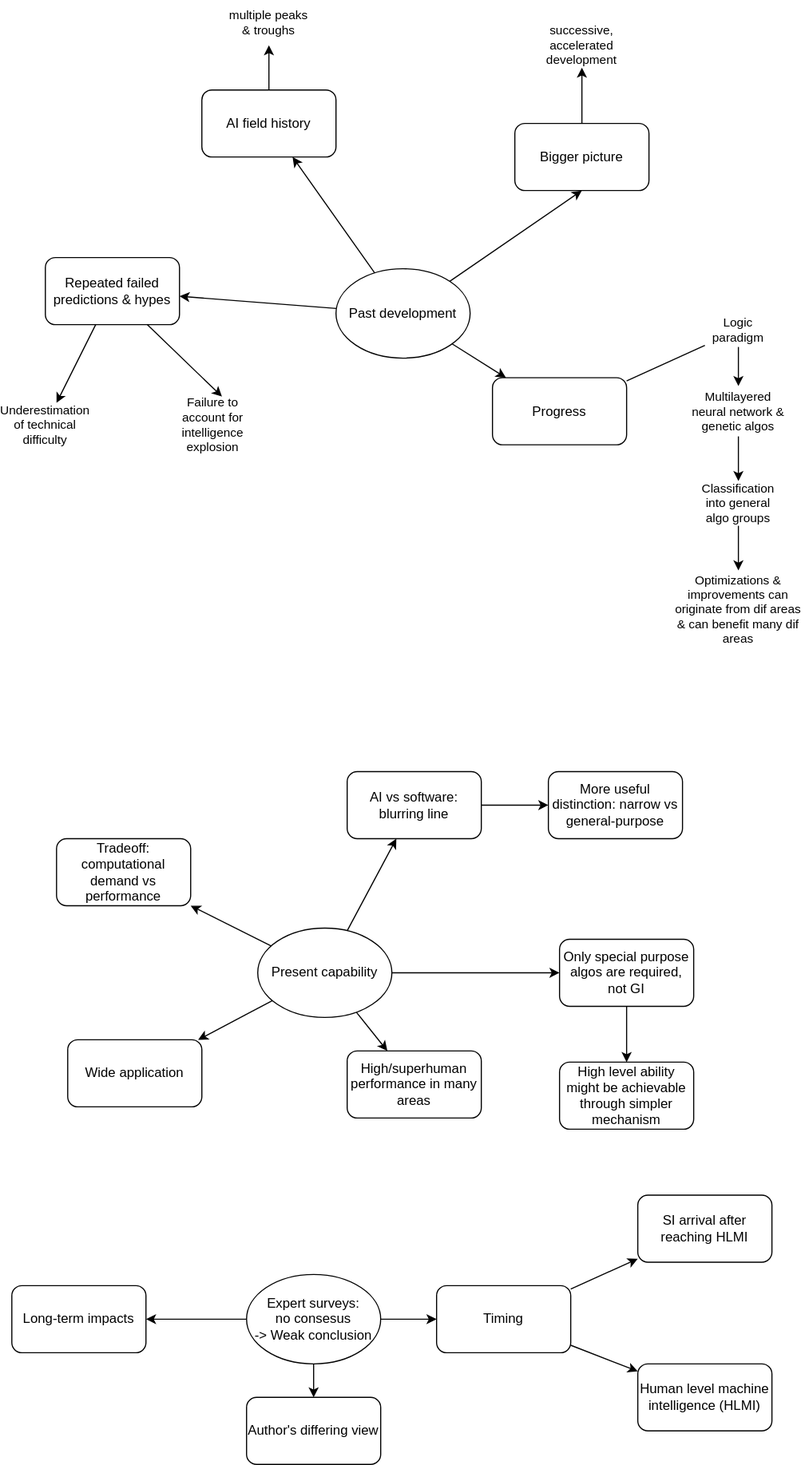
hungcq/knowledge-repo keeps this draw.io diagram as philosophy/superintelligence/resources/1.drawio.svg. Above is the earlier version. Source tidied: cells renumbered, new cells last; positions are measured from the earlier drawing's top-left corner, leaving out a move shared by most shapes.
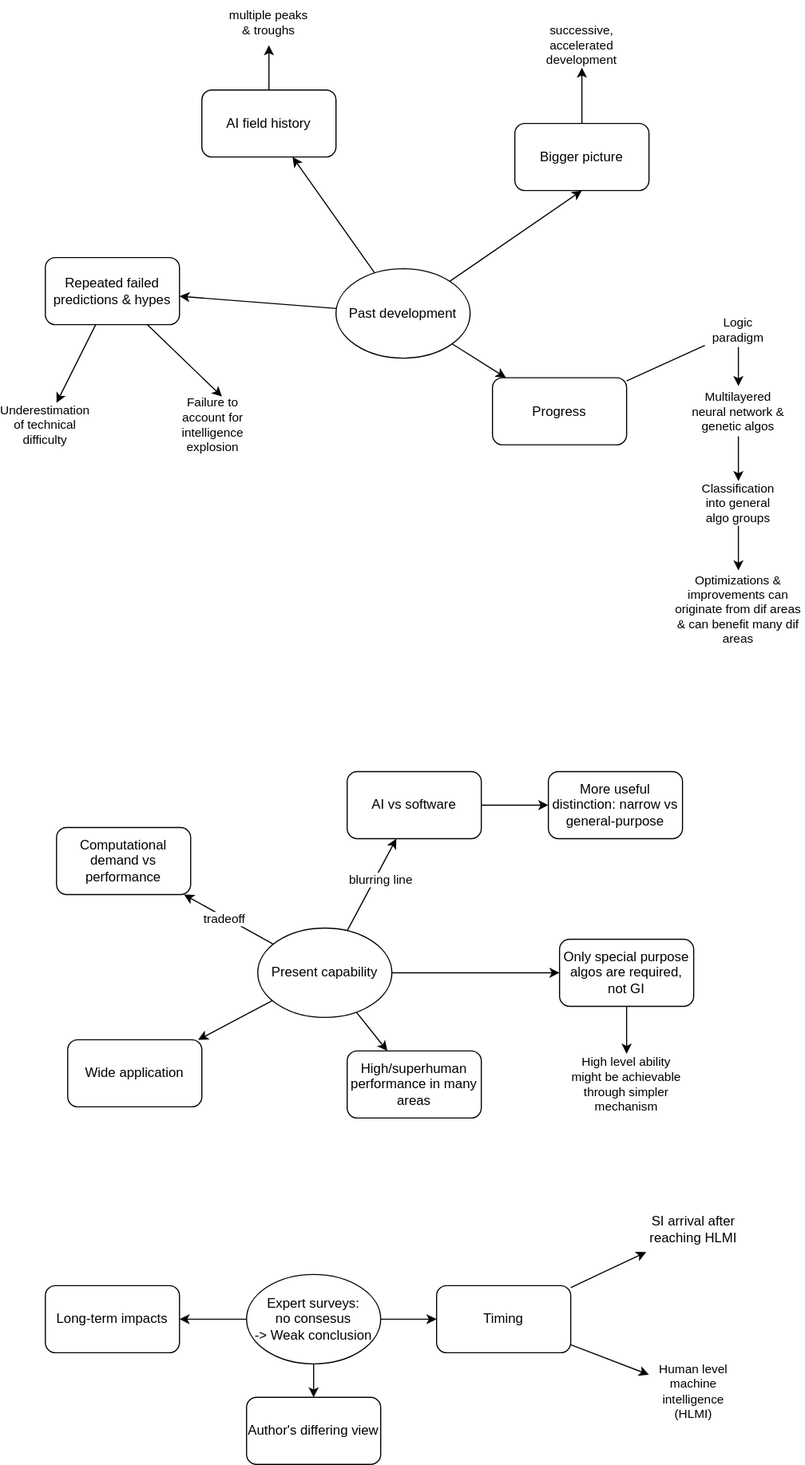
The same diagram one commit later.

Change to the diagram source:
```diff
@@ -44,18 +44,24 @@
     <mxCell id="15" style="edgeStyle=orthogonalEdgeStyle;rounded=0;jettySize=auto;html=1;" parent="1" edge="1" source="16" target="24">
       <mxGeometry relative="1" as="geometry" />
     </mxCell>
-    <mxCell id="16" value="AI vs software: blurring line" style="rounded=1;whiteSpace=wrap;html=1;" parent="1" vertex="1">
+    <mxCell id="16" value="AI vs software" style="rounded=1;whiteSpace=wrap;html=1;" parent="1" vertex="1">
       <mxGeometry x="310" y="690" width="120" height="60" as="geometry" />
     </mxCell>
-    <mxCell id="17" value="Tradeoff: computational demand vs performance" style="rounded=1;whiteSpace=wrap;html=1;" parent="1" vertex="1">
-      <mxGeometry x="50" y="750" width="120" height="60" as="geometry" />
+    <mxCell id="17" value="Computational demand vs performance" style="rounded=1;whiteSpace=wrap;html=1;" parent="1" vertex="1">
+      <mxGeometry x="50" y="740" width="120" height="60" as="geometry" />
     </mxCell>
     <mxCell id="18" style="rounded=0;jettySize=auto;html=1;" parent="1" edge="1" source="23" target="17">
       <mxGeometry relative="1" as="geometry" />
     </mxCell>
+    <mxCell id="53" value="tradeoff" style="edgeLabel;html=1;align=center;verticalAlign=middle;fontSize=11;fontFamily=Helvetica;fontColor=default;" parent="18" vertex="1">
+      <mxGeometry x="0.09" y="2" relative="1" as="geometry" />
+    </mxCell>
     <mxCell id="19" style="rounded=0;jettySize=auto;html=1;" parent="1" edge="1" source="23" target="16">
       <mxGeometry relative="1" as="geometry" />
     </mxCell>
+    <mxCell id="54" value="blurring line" style="edgeLabel;html=1;align=center;verticalAlign=middle;fontSize=11;fontFamily=Helvetica;fontColor=default;" parent="19" vertex="1">
+      <mxGeometry x="0.15" y="-4" relative="1" as="geometry" />
+    </mxCell>
     <mxCell id="20" style="edgeStyle=orthogonalEdgeStyle;rounded=0;jettySize=auto;html=1;" parent="1" edge="1" source="23" target="28">
       <mxGeometry relative="1" as="geometry" />
     </mxCell>
@@ -77,15 +83,12 @@
     <mxCell id="26" value="Wide application" style="rounded=1;whiteSpace=wrap;html=1;" parent="1" vertex="1">
       <mxGeometry x="60" y="930" width="120" height="60" as="geometry" />
     </mxCell>
-    <mxCell id="27" style="edgeStyle=orthogonalEdgeStyle;rounded=0;jettySize=auto;html=1;" parent="1" edge="1" source="28" target="29">
+    <mxCell id="27" style="edgeStyle=none;shape=connector;rounded=0;jettySize=auto;html=1;labelBackgroundColor=default;strokeColor=default;align=center;verticalAlign=middle;fontFamily=Helvetica;fontSize=11;fontColor=default;endArrow=classic;" parent="1" edge="1" source="28" target="29">
       <mxGeometry relative="1" as="geometry" />
     </mxCell>
     <mxCell id="28" value="Only special purpose algos are required, not GI" style="rounded=1;whiteSpace=wrap;html=1;" parent="1" vertex="1">
       <mxGeometry x="500" y="840" width="120" height="60" as="geometry" />
     </mxCell>
-    <mxCell id="29" value="High level ability might be achievable through simpler mechanism" style="rounded=1;whiteSpace=wrap;html=1;" parent="1" vertex="1">
-      <mxGeometry x="500" y="950" width="120" height="60" as="geometry" />
-    </mxCell>
     <mxCell id="30" style="rounded=0;jettySize=auto;html=1;" parent="1" edge="1" source="33" target="35">
       <mxGeometry relative="1" as="geometry" />
     </mxCell>
@@ -98,27 +101,21 @@
     <mxCell id="33" value="Expert surveys:&lt;br&gt;no consesus&lt;br style=&quot;border-color: var(--border-color);&quot;&gt;-&amp;gt; Weak conclusion" style="ellipse;whiteSpace=wrap;html=1;" parent="1" vertex="1">
       <mxGeometry x="220" y="1140" width="120" height="80" as="geometry" />
     </mxCell>
-    <mxCell id="34" value="Human level machine intelligence (HLMI)" style="rounded=1;whiteSpace=wrap;html=1;" parent="1" vertex="1">
-      <mxGeometry x="570" y="1220" width="120" height="60" as="geometry" />
-    </mxCell>
     <mxCell id="35" value="Author's differing view" style="rounded=1;whiteSpace=wrap;html=1;" parent="1" vertex="1">
       <mxGeometry x="220" y="1250" width="120" height="60" as="geometry" />
     </mxCell>
     <mxCell id="36" value="Long-term impacts" style="rounded=1;whiteSpace=wrap;html=1;" parent="1" vertex="1">
-      <mxGeometry x="10" y="1150" width="120" height="60" as="geometry" />
+      <mxGeometry x="40" y="1150" width="120" height="60" as="geometry" />
     </mxCell>
     <mxCell id="37" style="rounded=0;jettySize=auto;html=1;" parent="1" edge="1" source="39" target="40">
       <mxGeometry relative="1" as="geometry" />
     </mxCell>
-    <mxCell id="38" style="rounded=0;jettySize=auto;html=1;" parent="1" edge="1" source="39" target="34">
+    <mxCell id="38" style="edgeStyle=none;shape=connector;rounded=0;jettySize=auto;html=1;labelBackgroundColor=default;strokeColor=default;align=center;verticalAlign=middle;fontFamily=Helvetica;fontSize=11;fontColor=default;endArrow=classic;" parent="1" edge="1" source="39" target="34">
       <mxGeometry relative="1" as="geometry" />
     </mxCell>
     <mxCell id="39" value="Timing" style="rounded=1;whiteSpace=wrap;html=1;" parent="1" vertex="1">
       <mxGeometry x="390" y="1150" width="120" height="60" as="geometry" />
     </mxCell>
-    <mxCell id="40" value="SI arrival after reaching HLMI" style="rounded=1;whiteSpace=wrap;html=1;" parent="1" vertex="1">
-      <mxGeometry x="570" y="1069" width="120" height="60" as="geometry" />
-    </mxCell>
     <mxCell id="41" value="Underestimation of technical difficulty" style="text;html=1;strokeColor=none;fillColor=none;align=center;verticalAlign=middle;whiteSpace=wrap;rounded=0;fontSize=11;fontFamily=Helvetica;fontColor=default;" parent="1" vertex="1">
       <mxGeometry y="360" width="80" height="40" as="geometry" />
     </mxCell>
@@ -155,5 +152,14 @@
     <mxCell id="52" value="multiple peaks &amp;amp; troughs" style="text;html=1;strokeColor=none;fillColor=none;align=center;verticalAlign=middle;whiteSpace=wrap;rounded=0;fontSize=11;fontFamily=Helvetica;fontColor=default;" parent="1" vertex="1">
       <mxGeometry x="200" width="80" height="40" as="geometry" />
     </mxCell>
+    <mxCell id="40" value="SI arrival after reaching HLMI" style="text;html=1;strokeColor=none;fillColor=none;align=center;verticalAlign=middle;whiteSpace=wrap;rounded=0;" parent="1" vertex="1">
+      <mxGeometry x="575" y="1080" width="90" height="40" as="geometry" />
+    </mxCell>
+    <mxCell id="34" value="Human level machine intelligence (HLMI)" style="text;html=1;strokeColor=none;fillColor=none;align=center;verticalAlign=middle;whiteSpace=wrap;rounded=0;fontSize=11;fontFamily=Helvetica;fontColor=default;" parent="1" vertex="1">
+      <mxGeometry x="580" y="1220" width="80" height="50" as="geometry" />
+    </mxCell>
+    <mxCell id="29" value="High level ability might be achievable through simpler mechanism" style="text;html=1;strokeColor=none;fillColor=none;align=center;verticalAlign=middle;whiteSpace=wrap;rounded=0;fontSize=11;fontFamily=Helvetica;fontColor=default;" parent="1" vertex="1">
+      <mxGeometry x="510" y="942.5" width="100" height="55" as="geometry" />
+    </mxCell>
   </root>
 </mxGraphModel>
```
